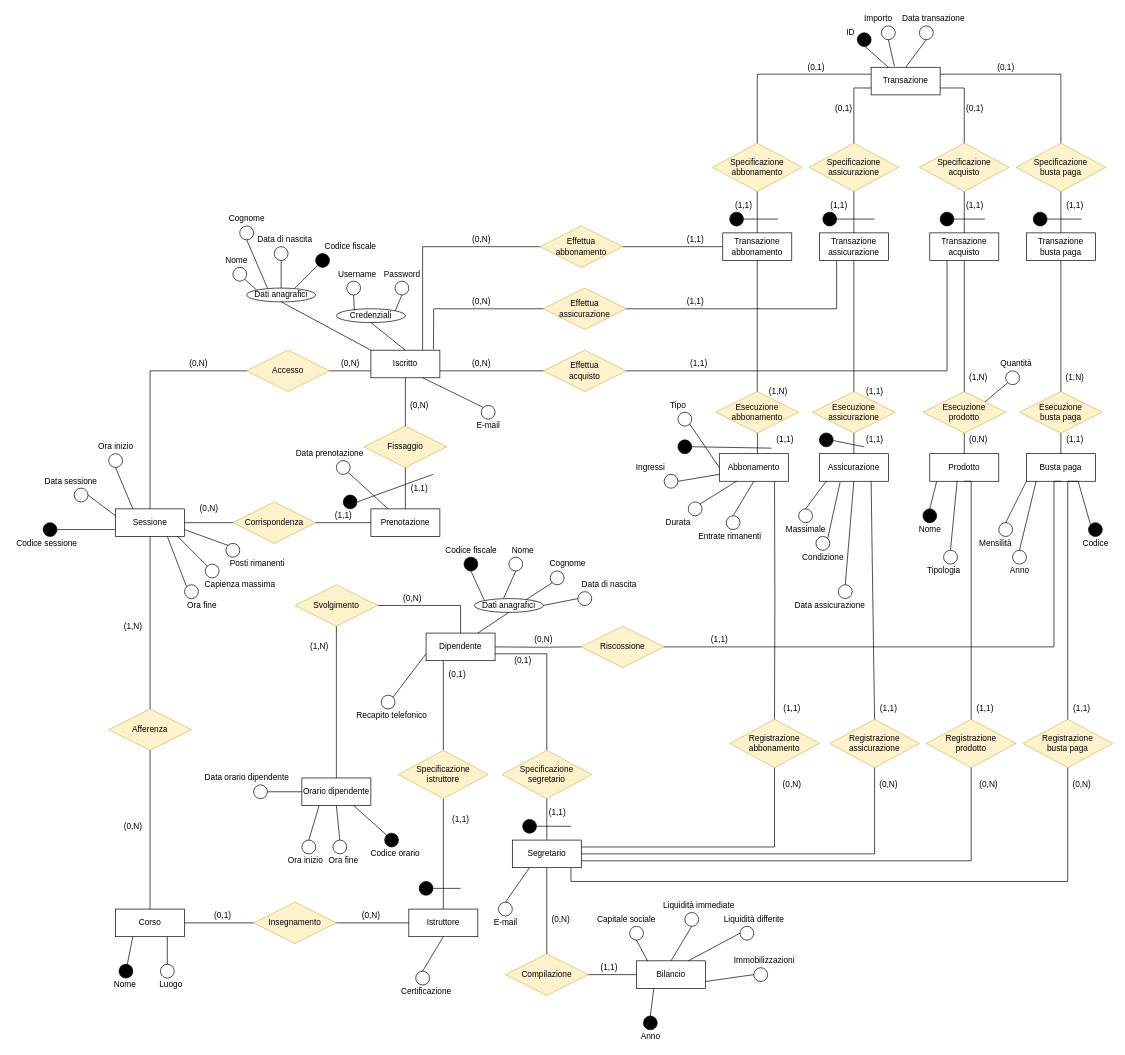
Above: Diagrammi ER/ER_senza_gerarchie.drawio in DavideNunin/anconarockclimb (draw.io), before the change. Source tidied: cells renumbered, new cells numbered last; positions are measured from the earlier drawing's top-left corner, leaving out a move shared by most shapes. Both pictures are drawn from the tidied source at 69%, with x=0, y=0 at pixel (12, 12).
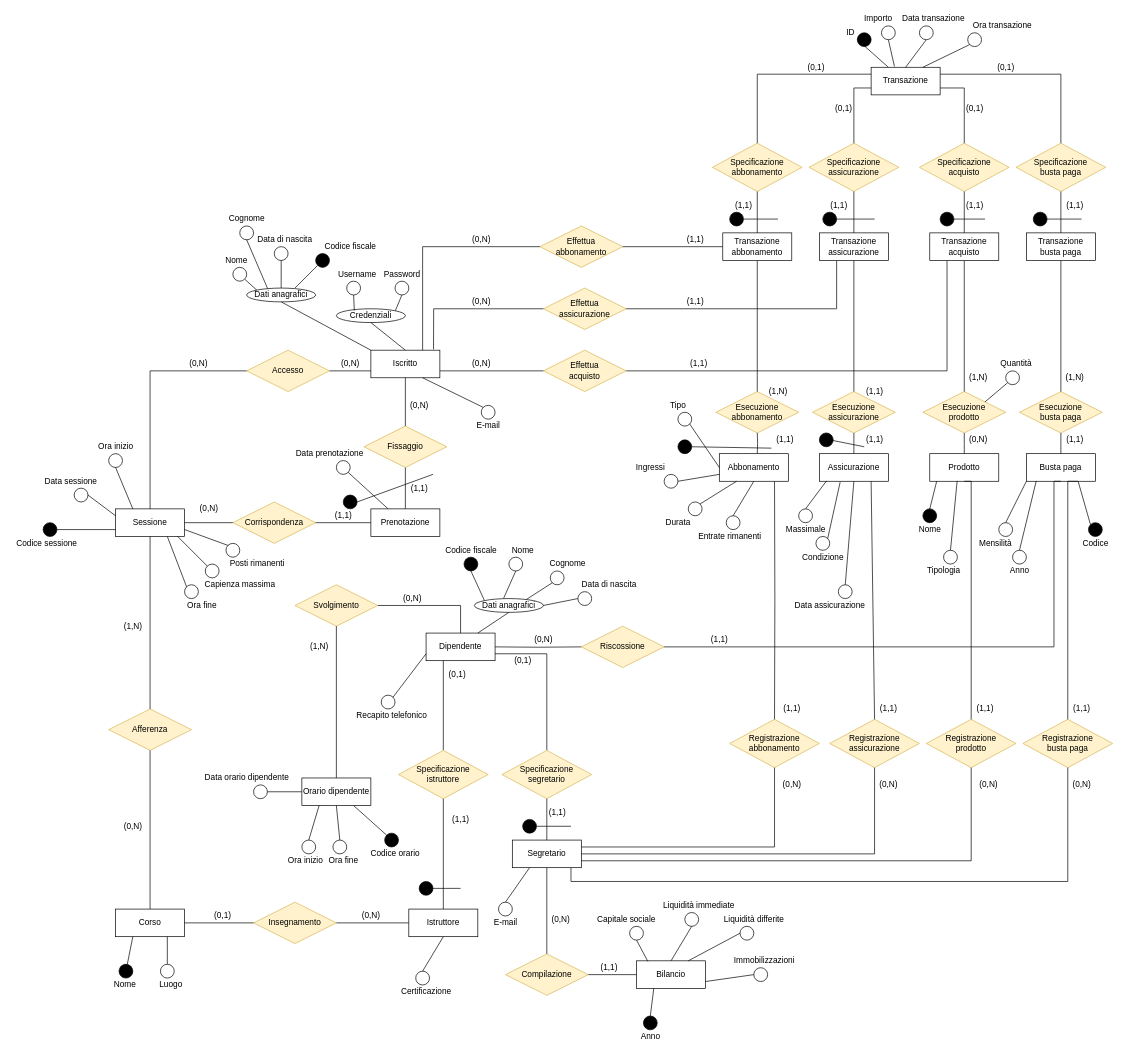
Above is the later version.

Commit message (it also covers changes not shown here):
aggiunta data transazione

Unchanged cells that the change refers to:
```xml
<mxCell id="166" value="Transazione" style="whiteSpace=wrap;html=1;align=center;" parent="1" vertex="1">
  <mxGeometry x="1245" y="80" width="100" height="40" as="geometry" />
</mxCell>
```

What changed in the source:
```diff
@@
+    <mxCell id="315" style="ellipse;whiteSpace=wrap;html=1;glass=0;" parent="1" vertex="1">
+      <mxGeometry x="1385" y="30" width="20" height="20" as="geometry" />
+    </mxCell>
+    <mxCell id="316" style="endArrow=none;html=1;rounded=0;exitX=0.75;exitY=0;exitDx=0;exitDy=0;entryX=0;entryY=1;entryDx=0;entryDy=0;" parent="1" edge="1" source="166" target="315">
+      <mxGeometry relative="1" as="geometry" />
+    </mxCell>
+    <mxCell id="317" value="Ora transazione" style="text;html=1;align=center;verticalAlign=middle;strokeColor=none;fillColor=none;" parent="1" vertex="1">
+      <mxGeometry x="1385" y="10" width="100" height="20" as="geometry" />
+    </mxCell>
```
